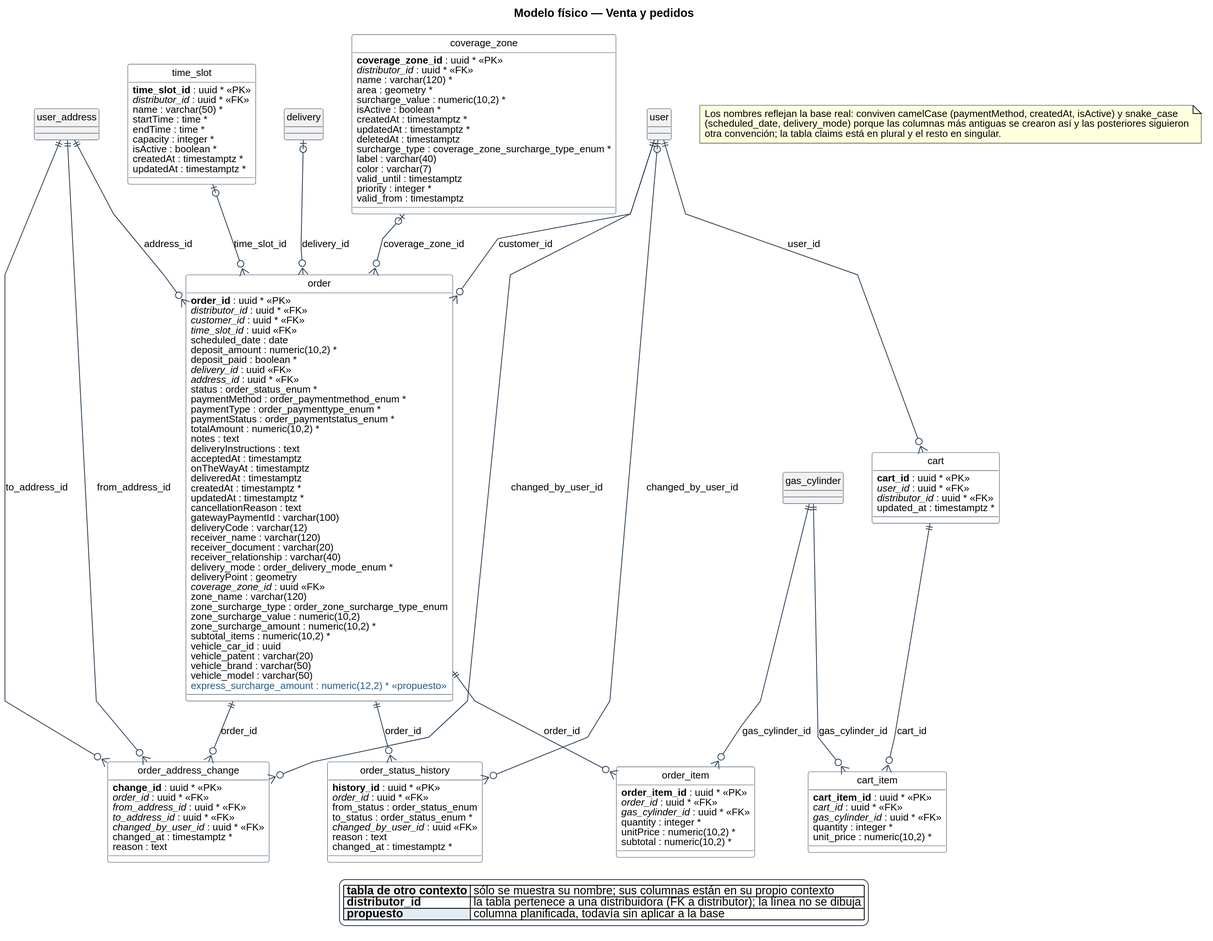
Earlier version of the PlantUML export diagramas/base-de-datos/fisico/SPLG-fisico-04-venta-y-pedidos.svg (Nahuelito-Dev/splg-docs).
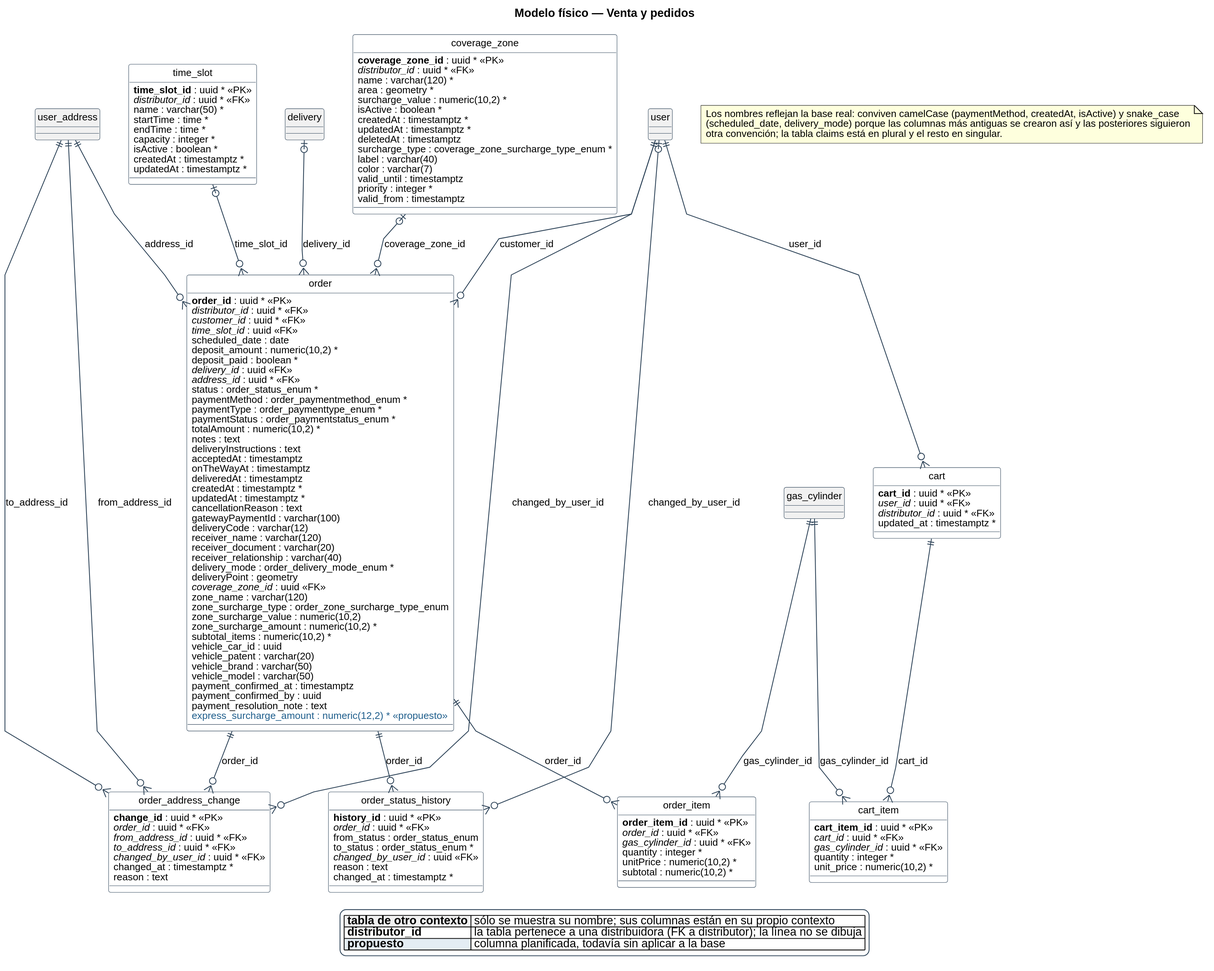
Later version of the same file.

What changed in the source:
```diff
@@ -111,6 +111,9 @@
   {field} vehicle_patent : varchar(20)
   {field} vehicle_brand : varchar(50)
   {field} vehicle_model : varchar(50)
+  {field} payment_confirmed_at : timestamptz
+  {field} payment_confirmed_by : uuid
+  {field} payment_resolution_note : text
   {field} <color:#1F5E8C>express_surcharge_amount : numeric(12,2) * <<propuesto>></color>
 }
 entity "order_address_change" as e_order_address_change {
```
